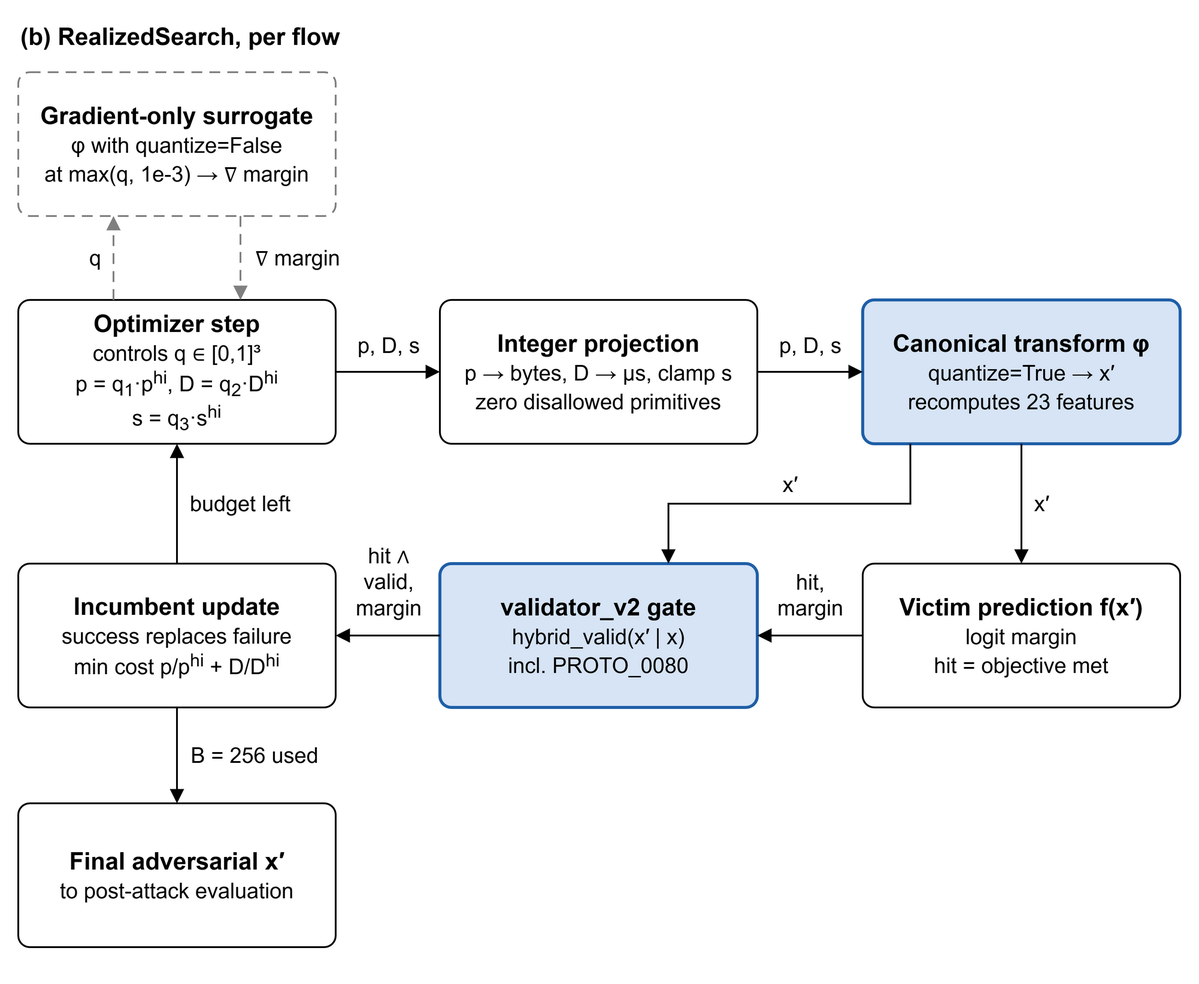
This is docs/figures/primattack/primattack_architecture_b.png from altmiko/thesis, a draw.io export, as it was before one commit. Source tidied: cells renumbered, new cells last; positions are measured from the earlier drawing's top-left corner, leaving out a move shared by most shapes.
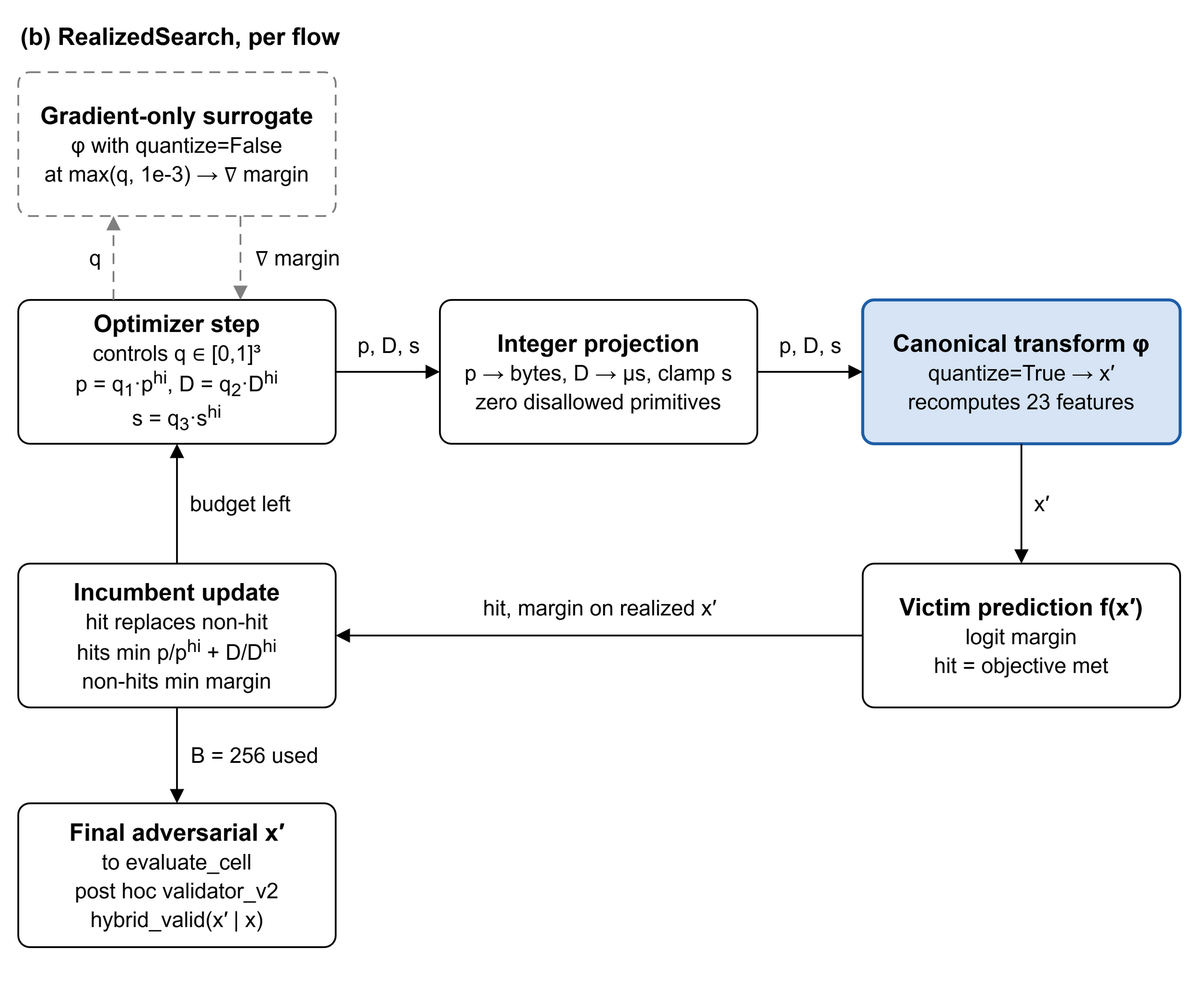
Later version of the same file.

Diff of the diagram source:
```diff
@@ -20,16 +20,13 @@
     <mxCell id="7" value="&lt;b&gt;Canonical transform φ&lt;/b&gt;&lt;br&gt;&lt;span style=&quot;font-size:18px&quot;&gt;quantize=True → x′&lt;br&gt;recomputes 23 features&lt;/span&gt;" style="rounded=1;arcSize=8;whiteSpace=wrap;html=1;align=center;verticalAlign=middle;spacing=8;fontSize=20;fontFamily=Helvetica;fontColor=#000000;gradientColor=none;shadow=0;fillColor=#d6e4f5;strokeColor=#1f5fa8;strokeWidth=2.5;" parent="1" vertex="1">
       <mxGeometry x="720" y="250" width="265" height="120" as="geometry" />
     </mxCell>
-    <mxCell id="8" value="&lt;b&gt;Incumbent update&lt;/b&gt;&lt;br&gt;&lt;span style=&quot;font-size:18px&quot;&gt;success replaces failure&lt;br&gt;min cost p/p&lt;sup&gt;hi&lt;/sup&gt; + D/D&lt;sup&gt;hi&lt;/sup&gt;&lt;/span&gt;" style="rounded=1;arcSize=8;whiteSpace=wrap;html=1;align=center;verticalAlign=middle;spacing=8;fontSize=20;fontFamily=Helvetica;fontColor=#000000;gradientColor=none;shadow=0;fillColor=#ffffff;strokeColor=#000000;strokeWidth=1.5;" parent="1" vertex="1">
+    <mxCell id="8" value="&lt;b&gt;Incumbent update&lt;/b&gt;&lt;br&gt;&lt;span style=&quot;font-size:18px&quot;&gt;hit replaces non-hit&lt;br&gt;hits min p/p&lt;sup&gt;hi&lt;/sup&gt; + D/D&lt;sup&gt;hi&lt;/sup&gt;&lt;br&gt;non-hits min margin&lt;/span&gt;" style="rounded=1;arcSize=8;whiteSpace=wrap;html=1;align=center;verticalAlign=middle;spacing=8;fontSize=20;fontFamily=Helvetica;fontColor=#000000;gradientColor=none;shadow=0;fillColor=#ffffff;strokeColor=#000000;strokeWidth=1.5;" parent="1" vertex="1">
       <mxGeometry x="15" y="470" width="265" height="120" as="geometry" />
     </mxCell>
-    <mxCell id="9" value="&lt;b&gt;validator_v2 gate&lt;/b&gt;&lt;br&gt;&lt;span style=&quot;font-size:18px&quot;&gt;hybrid_valid(x′ | x)&lt;br&gt;incl. PROTO_0080&lt;/span&gt;" style="rounded=1;arcSize=8;whiteSpace=wrap;html=1;align=center;verticalAlign=middle;spacing=8;fontSize=20;fontFamily=Helvetica;fontColor=#000000;gradientColor=none;shadow=0;fillColor=#d6e4f5;strokeColor=#1f5fa8;strokeWidth=2.5;" parent="1" vertex="1">
-      <mxGeometry x="367" y="470" width="265" height="120" as="geometry" />
-    </mxCell>
     <mxCell id="10" value="&lt;b&gt;Victim prediction f(x′)&lt;/b&gt;&lt;br&gt;&lt;span style=&quot;font-size:18px&quot;&gt;logit margin&lt;br&gt;hit = objective met&lt;/span&gt;" style="rounded=1;arcSize=8;whiteSpace=wrap;html=1;align=center;verticalAlign=middle;spacing=8;fontSize=20;fontFamily=Helvetica;fontColor=#000000;gradientColor=none;shadow=0;fillColor=#ffffff;strokeColor=#000000;strokeWidth=1.5;" parent="1" vertex="1">
       <mxGeometry x="720" y="470" width="265" height="120" as="geometry" />
     </mxCell>
-    <mxCell id="11" value="&lt;b&gt;Final adversarial x′&lt;/b&gt;&lt;br&gt;&lt;span style=&quot;font-size:18px&quot;&gt;to post-attack evaluation&lt;/span&gt;" style="rounded=1;arcSize=8;whiteSpace=wrap;html=1;align=center;verticalAlign=middle;spacing=8;fontSize=20;fontFamily=Helvetica;fontColor=#000000;gradientColor=none;shadow=0;fillColor=#ffffff;strokeColor=#000000;strokeWidth=1.5;" parent="1" vertex="1">
+    <mxCell id="11" value="&lt;b&gt;Final adversarial x′&lt;/b&gt;&lt;br&gt;&lt;span style=&quot;font-size:18px&quot;&gt;to evaluate_cell&lt;br&gt;post hoc validator_v2&lt;br&gt;hybrid_valid(x′ | x)&lt;/span&gt;" style="rounded=1;arcSize=8;whiteSpace=wrap;html=1;align=center;verticalAlign=middle;spacing=8;fontSize=20;fontFamily=Helvetica;fontColor=#000000;gradientColor=none;shadow=0;fillColor=#ffffff;strokeColor=#000000;strokeWidth=1.5;" parent="1" vertex="1">
       <mxGeometry x="15" y="670" width="265" height="120" as="geometry" />
     </mxCell>
     <mxCell id="12" value="q" style="edgeStyle=orthogonalEdgeStyle;rounded=0;jettySize=auto;html=1;endArrow=block;endSize=8;endFill=1;strokeColor=#808080;strokeWidth=1.5;fontSize=18;fontColor=#000000;labelBackgroundColor=#ffffff;dashed=1;dashPattern=6 4;exitX=0.3;exitY=0;exitDx=0;exitDy=0;entryX=0.3;entryY=1;entryDx=0;entryDy=0;" parent="1" edge="1" source="5" target="4">
@@ -57,25 +54,6 @@
         <mxPoint x="16" as="offset" />
       </mxGeometry>
     </mxCell>
-    <mxCell id="17" value="hit,&lt;br&gt;margin" style="edgeStyle=orthogonalEdgeStyle;rounded=0;jettySize=auto;html=1;endArrow=block;endSize=8;endFill=1;strokeColor=#000000;strokeWidth=1.5;fontSize=18;fontColor=#000000;labelBackgroundColor=#ffffff;exitX=0;exitY=0.5;exitDx=0;exitDy=0;entryX=1;entryY=0.5;entryDx=0;entryDy=0;" parent="1" edge="1" source="10" target="9">
-      <mxGeometry relative="1" as="geometry">
-        <mxPoint y="-34" as="offset" />
-      </mxGeometry>
-    </mxCell>
-    <mxCell id="18" value="x′" style="edgeStyle=orthogonalEdgeStyle;rounded=0;jettySize=auto;html=1;endArrow=block;endSize=8;endFill=1;strokeColor=#000000;strokeWidth=1.5;fontSize=18;fontColor=#000000;labelBackgroundColor=#ffffff;exitX=0.15;exitY=1;exitDx=0;exitDy=0;entryX=0.72;entryY=0;entryDx=0;entryDy=0;" parent="1" edge="1" source="7" target="9">
-      <mxGeometry relative="1" as="geometry">
-        <Array as="points">
-          <mxPoint x="759.8" y="420" />
-          <mxPoint x="557.8" y="420" />
-        </Array>
-        <mxPoint y="-16" as="offset" />
-      </mxGeometry>
-    </mxCell>
-    <mxCell id="19" value="hit ∧&lt;br&gt;valid,&lt;br&gt;margin" style="edgeStyle=orthogonalEdgeStyle;rounded=0;jettySize=auto;html=1;endArrow=block;endSize=8;endFill=1;strokeColor=#000000;strokeWidth=1.5;fontSize=18;fontColor=#000000;labelBackgroundColor=#ffffff;exitX=0;exitY=0.5;exitDx=0;exitDy=0;entryX=1;entryY=0.5;entryDx=0;entryDy=0;" parent="1" edge="1" source="9" target="8">
-      <mxGeometry relative="1" as="geometry">
-        <mxPoint y="-45" as="offset" />
-      </mxGeometry>
-    </mxCell>
     <mxCell id="20" value="budget left" style="edgeStyle=orthogonalEdgeStyle;rounded=0;jettySize=auto;html=1;endArrow=block;endSize=8;endFill=1;strokeColor=#000000;strokeWidth=1.5;fontSize=18;fontColor=#000000;labelBackgroundColor=#ffffff;exitX=0.5;exitY=0;exitDx=0;exitDy=0;entryX=0.5;entryY=1;entryDx=0;entryDy=0;" parent="1" edge="1" source="8" target="5">
       <mxGeometry relative="1" as="geometry">
         <mxPoint x="52" as="offset" />
@@ -86,5 +64,10 @@
         <mxPoint x="64" as="offset" />
       </mxGeometry>
     </mxCell>
+    <mxCell id="22" value="hit, margin on realized x′" style="edgeStyle=orthogonalEdgeStyle;rounded=0;jettySize=auto;html=1;endArrow=block;endSize=8;endFill=1;strokeColor=#000000;strokeWidth=1.5;fontSize=18;fontColor=#000000;labelBackgroundColor=#ffffff;exitX=0;exitY=0.5;exitDx=0;exitDy=0;entryX=1;entryY=0.5;entryDx=0;entryDy=0;" parent="1" edge="1" source="10" target="8">
+      <mxGeometry relative="1" as="geometry">
+        <mxPoint y="-23" as="offset" />
+      </mxGeometry>
+    </mxCell>
   </root>
 </mxGraphModel>
```
